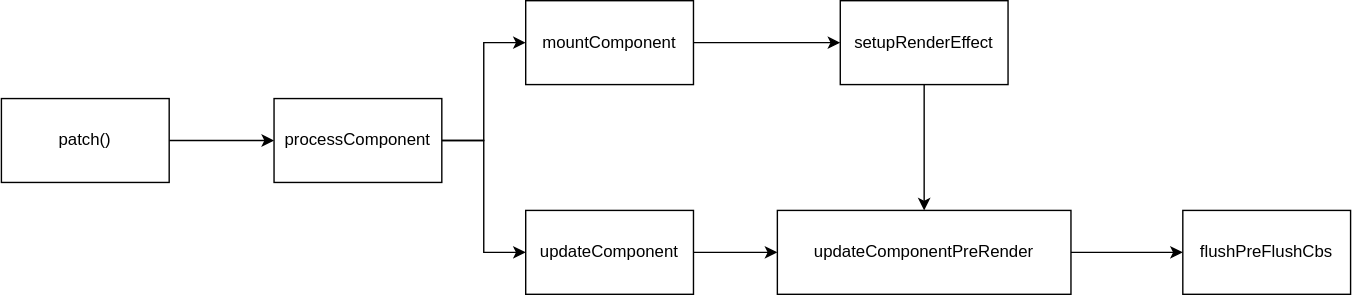
Before: assets/img/vue3plus/s/flushPreFlushCbs-called-flow.svg, a diagram exported from draw.io (gcclll/blog.hugo.cheng92.com). Source tidied: cells renumbered, new cells last; positions are measured from the earlier drawing's top-left corner, leaving out a move shared by most shapes.
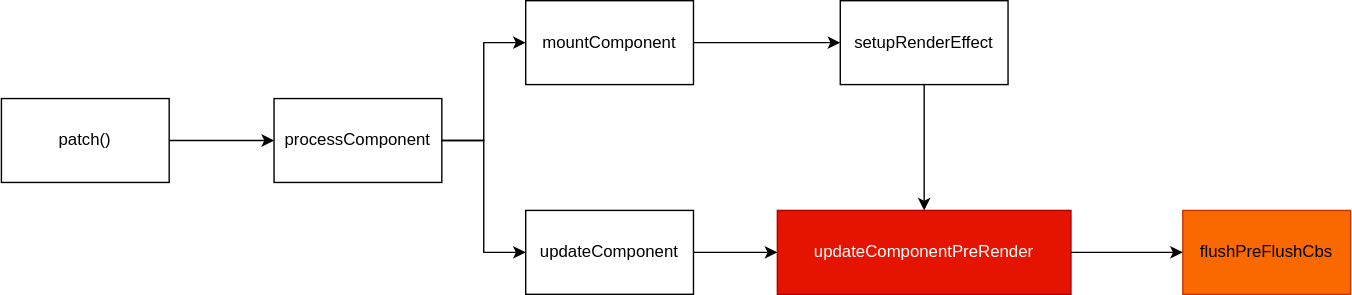
The same file after the commit.

Diff of the diagram source:
```diff
@@ -2,13 +2,13 @@
   <root>
     <mxCell id="0" />
     <mxCell id="1" parent="0" />
-    <mxCell id="2" value="flushPreFlushCbs" style="whiteSpace=wrap;html=1;" parent="1" vertex="1">
+    <mxCell id="2" value="flushPreFlushCbs" style="whiteSpace=wrap;html=1;fillColor=#fa6800;fontColor=#000000;strokeColor=#C73500;" parent="1" vertex="1">
       <mxGeometry x="845" y="150" width="120" height="60" as="geometry" />
     </mxCell>
     <mxCell id="3" style="edgeStyle=orthogonalEdgeStyle;rounded=0;jettySize=auto;html=1;" parent="1" edge="1" source="4" target="2">
       <mxGeometry relative="1" as="geometry" />
     </mxCell>
-    <mxCell id="4" value="updateComponentPreRender" style="whiteSpace=wrap;html=1;" parent="1" vertex="1">
+    <mxCell id="4" value="updateComponentPreRender" style="whiteSpace=wrap;html=1;fillColor=#e51400;fontColor=#ffffff;strokeColor=#B20000;" parent="1" vertex="1">
       <mxGeometry x="555" y="150" width="210" height="60" as="geometry" />
     </mxCell>
     <mxCell id="5" style="edgeStyle=orthogonalEdgeStyle;rounded=0;jettySize=auto;html=1;" parent="1" edge="1" source="6" target="13">
```
